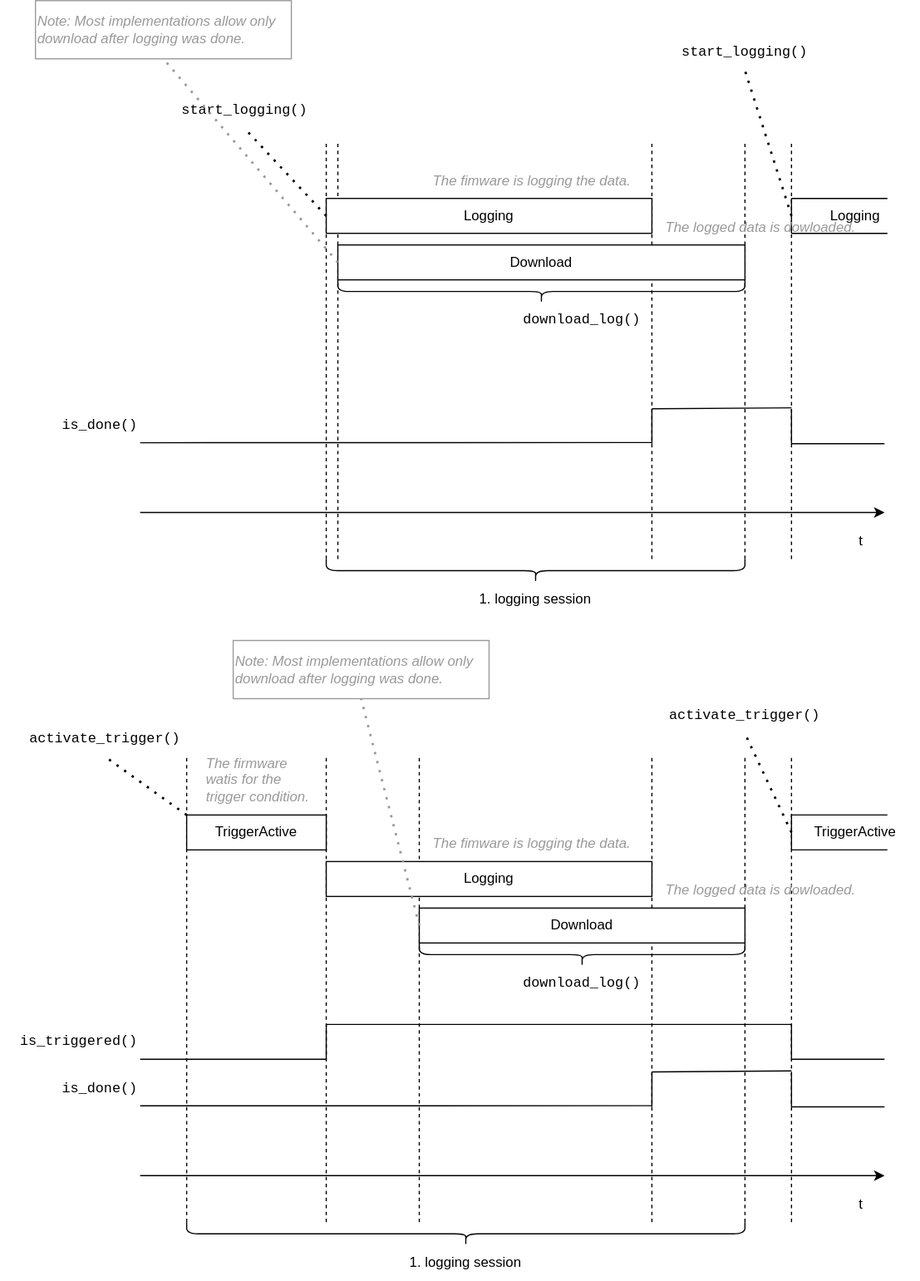
Before: docs/datalogger.drawio.svg, a diagram exported from draw.io (analogdevicesinc/PyTrinamic). Source tidied: cells renumbered, new cells last; positions are measured from the earlier drawing's top-left corner, leaving out a move shared by most shapes.
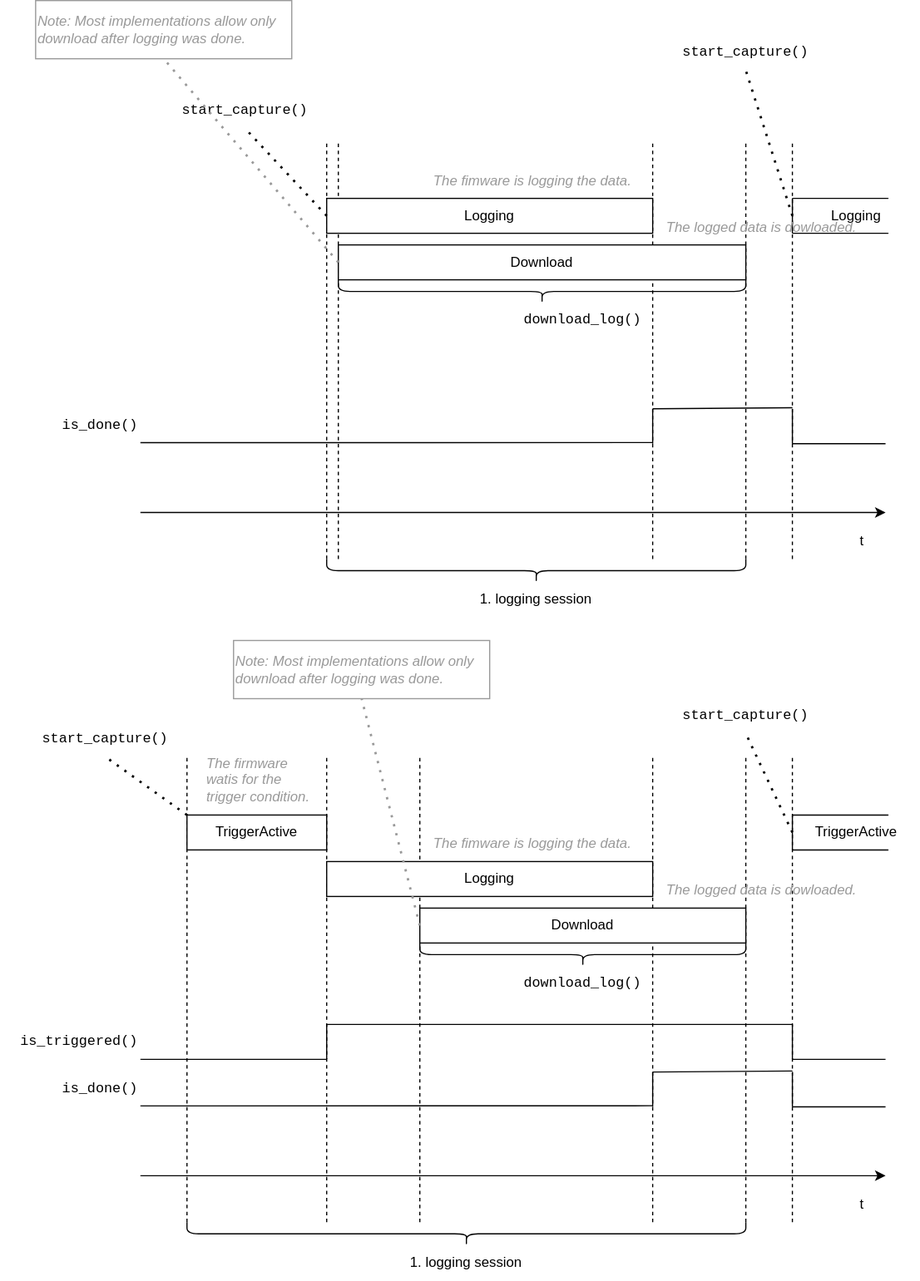
After the commit.

Commit message:
Datalogger: Reduce start_logging() and activate_trigger() to one function

Change to the diagram source:
```diff
@@ -38,7 +38,7 @@
     <mxCell id="8" value="Logging" style="rounded=0;whiteSpace=wrap;html=1;" parent="1" vertex="1">
       <mxGeometry x="280" y="170" width="280" height="30" as="geometry" />
     </mxCell>
-    <mxCell id="9" value="start_logging()" style="text;html=1;strokeColor=none;fillColor=none;align=center;verticalAlign=middle;whiteSpace=wrap;rounded=0;fontFamily=Courier New;" parent="1" vertex="1">
+    <mxCell id="9" value="start_capture()" style="text;html=1;strokeColor=none;fillColor=none;align=center;verticalAlign=middle;whiteSpace=wrap;rounded=0;fontFamily=Courier New;" parent="1" vertex="1">
       <mxGeometry x="180" y="80" width="60" height="30" as="geometry" />
     </mxCell>
     <mxCell id="10" style="endArrow=none;dashed=1;html=1;dashPattern=1 3;strokeWidth=2;entryX=0.5;entryY=1;entryDx=0;entryDy=0;exitX=0;exitY=0.5;exitDx=0;exitDy=0;" parent="1" edge="1" source="8" target="9">
@@ -107,7 +107,7 @@
         <mxPoint x="760" y="380.9" as="targetPoint" />
       </mxGeometry>
     </mxCell>
-    <mxCell id="26" value="start_logging()" style="text;html=1;strokeColor=none;fillColor=none;align=center;verticalAlign=middle;whiteSpace=wrap;rounded=0;fontFamily=Courier New;" parent="1" vertex="1">
+    <mxCell id="26" value="start_capture()" style="text;html=1;strokeColor=none;fillColor=none;align=center;verticalAlign=middle;whiteSpace=wrap;rounded=0;fontFamily=Courier New;" parent="1" vertex="1">
       <mxGeometry x="610" y="30" width="60" height="30" as="geometry" />
     </mxCell>
     <mxCell id="27" style="endArrow=none;dashed=1;html=1;dashPattern=1 3;strokeWidth=2;entryX=0.5;entryY=1;entryDx=0;entryDy=0;exitX=0;exitY=0.5;exitDx=0;exitDy=0;" parent="1" edge="1" source="20" target="26">
@@ -173,7 +173,7 @@
     <mxCell id="41" value="TriggerActive" style="rounded=0;whiteSpace=wrap;html=1;" parent="1" vertex="1">
       <mxGeometry x="160" y="700" width="120" height="30" as="geometry" />
     </mxCell>
-    <mxCell id="42" value="activate_trigger()" style="text;html=1;strokeColor=none;fillColor=none;align=center;verticalAlign=middle;whiteSpace=wrap;rounded=0;fontFamily=Courier New;" parent="1" vertex="1">
+    <mxCell id="42" value="start_capture()" style="text;html=1;strokeColor=none;fillColor=none;align=center;verticalAlign=middle;whiteSpace=wrap;rounded=0;fontFamily=Courier New;" parent="1" vertex="1">
       <mxGeometry x="60" y="620" width="60" height="30" as="geometry" />
     </mxCell>
     <mxCell id="43" style="endArrow=none;dashed=1;html=1;dashPattern=1 3;strokeWidth=2;entryX=0.5;entryY=1;entryDx=0;entryDy=0;exitX=0;exitY=0;exitDx=0;exitDy=0;" parent="1" edge="1" source="41" target="42">
@@ -275,7 +275,7 @@
         <mxPoint x="760" y="950.9" as="targetPoint" />
       </mxGeometry>
     </mxCell>
-    <mxCell id="65" value="activate_trigger()" style="text;html=1;strokeColor=none;fillColor=none;align=center;verticalAlign=middle;whiteSpace=wrap;rounded=0;fontFamily=Courier New;" parent="1" vertex="1">
+    <mxCell id="65" value="start_capture()" style="text;html=1;strokeColor=none;fillColor=none;align=center;verticalAlign=middle;whiteSpace=wrap;rounded=0;fontFamily=Courier New;" parent="1" vertex="1">
       <mxGeometry x="610" y="600" width="60" height="30" as="geometry" />
     </mxCell>
     <mxCell id="66" style="endArrow=none;dashed=1;html=1;dashPattern=1 3;strokeWidth=2;entryX=0.5;entryY=1;entryDx=0;entryDy=0;exitX=0;exitY=0.5;exitDx=0;exitDy=0;" parent="1" edge="1" source="57" target="65">
```
